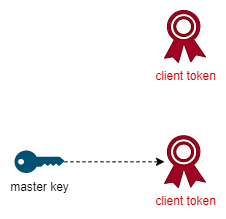
damienmaier/encrypted-vault keeps this draw.io diagram as readme-images/Storage token.drawio.png. Above is the earlier version. Source tidied: cells renumbered, new cells last; positions are measured from the earlier drawing's top-left corner, leaving out a move shared by most shapes.
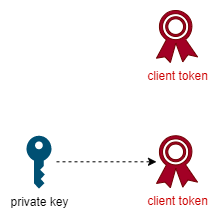
The same diagram one commit later.

What changed in the source:
```diff
@@ -2,17 +2,19 @@
   <root>
     <mxCell id="0" />
     <mxCell id="1" parent="0" />
-    <mxCell id="2" style="edgeStyle=orthogonalEdgeStyle;rounded=0;jettySize=auto;html=1;dashed=1;" parent="1" edge="1" source="3" target="4">
-      <mxGeometry relative="1" as="geometry" />
+    <mxCell id="2" style="edgeStyle=orthogonalEdgeStyle;rounded=0;jettySize=auto;html=1;dashed=1;" parent="1" edge="1" target="4">
+      <mxGeometry relative="1" as="geometry">
+        <mxPoint x="50" y="151.3" as="sourcePoint" />
+      </mxGeometry>
     </mxCell>
-    <mxCell id="3" value="master key" style="points=[[0,0.5,0],[0.24,0,0],[0.5,0.28,0],[0.995,0.475,0],[0.5,0.72,0],[0.24,1,0]];verticalLabelPosition=bottom;sketch=0;html=1;verticalAlign=top;align=center;shape=mxgraph.cisco19.key;fillColor=#005073;strokeColor=none;" parent="1" vertex="1">
-      <mxGeometry y="140" width="50" height="22.5" as="geometry" />
-    </mxCell>
     <mxCell id="4" value="&lt;font color=&quot;#cc0000&quot;&gt;client token&lt;/font&gt;" style="sketch=0;shadow=0;dashed=0;html=1;strokeColor=#6F0000;fillColor=#a20025;labelPosition=center;verticalLabelPosition=bottom;verticalAlign=top;outlineConnect=0;align=center;shape=mxgraph.office.security.token;fontColor=#ffffff;" parent="1" vertex="1">
       <mxGeometry x="150" y="125.2" width="41" height="52" as="geometry" />
     </mxCell>
     <mxCell id="5" value="&lt;font color=&quot;#cc0000&quot;&gt;client token&lt;/font&gt;" style="sketch=0;shadow=0;dashed=0;html=1;strokeColor=#6F0000;fillColor=#a20025;labelPosition=center;verticalLabelPosition=bottom;verticalAlign=top;align=center;shape=mxgraph.office.security.token;fontColor=#ffffff;" parent="1" vertex="1">
       <mxGeometry x="150" width="41" height="52" as="geometry" />
     </mxCell>
+    <mxCell id="6" value="&lt;font color=&quot;#000000&quot;&gt;private key&lt;/font&gt;" style="sketch=0;shadow=0;dashed=0;html=1;strokeColor=none;labelPosition=center;verticalLabelPosition=bottom;verticalAlign=top;align=center;shape=mxgraph.office.security.key_permissions;fillColor=#005073;fontColor=#CC0000;" parent="1" vertex="1">
+      <mxGeometry x="20" y="125.2" width="25" height="53" as="geometry" />
+    </mxCell>
   </root>
 </mxGraphModel>
```
